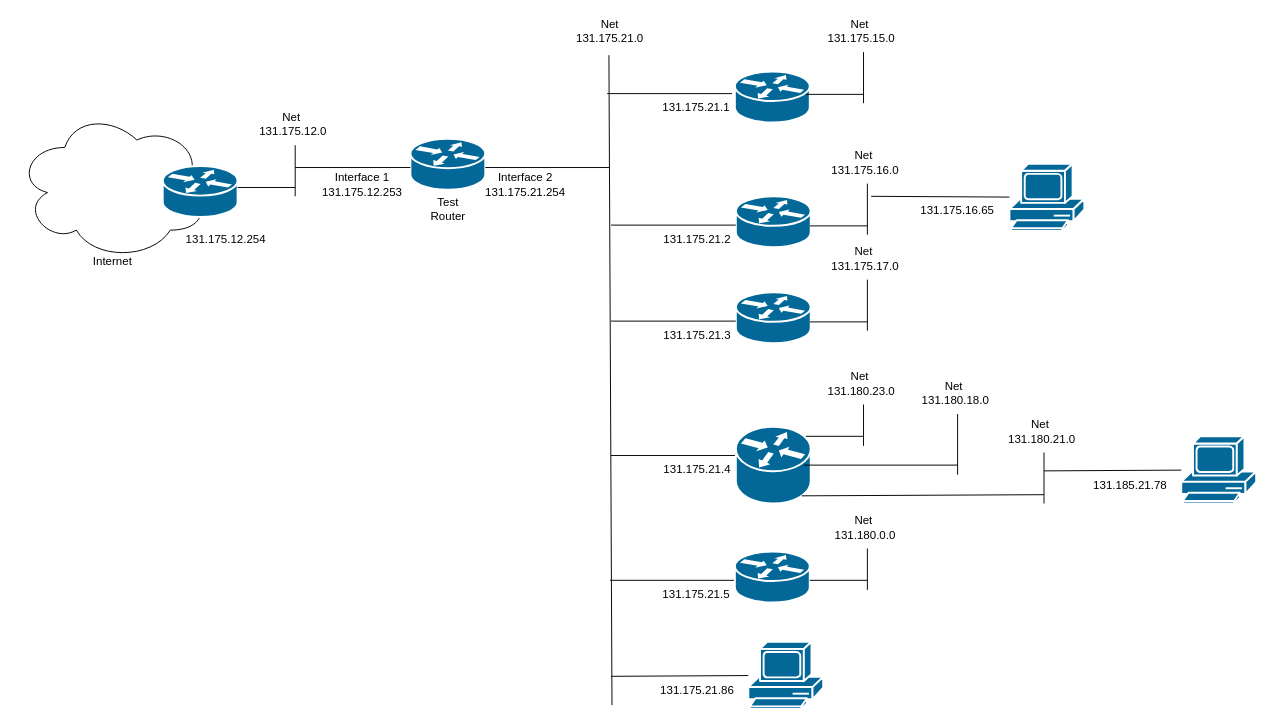
Above: sessions/session9/docs/images/routing2.drawio in gallenc/COM304_FOUNDATION_1 (draw.io), before the change. Source tidied: cells renumbered, new cells numbered last; positions are measured from the earlier drawing's top-left corner, leaving out a move shared by most shapes. Both pictures are drawn from the tidied source at 96%, with x=0, y=0 at pixel (16, 16).
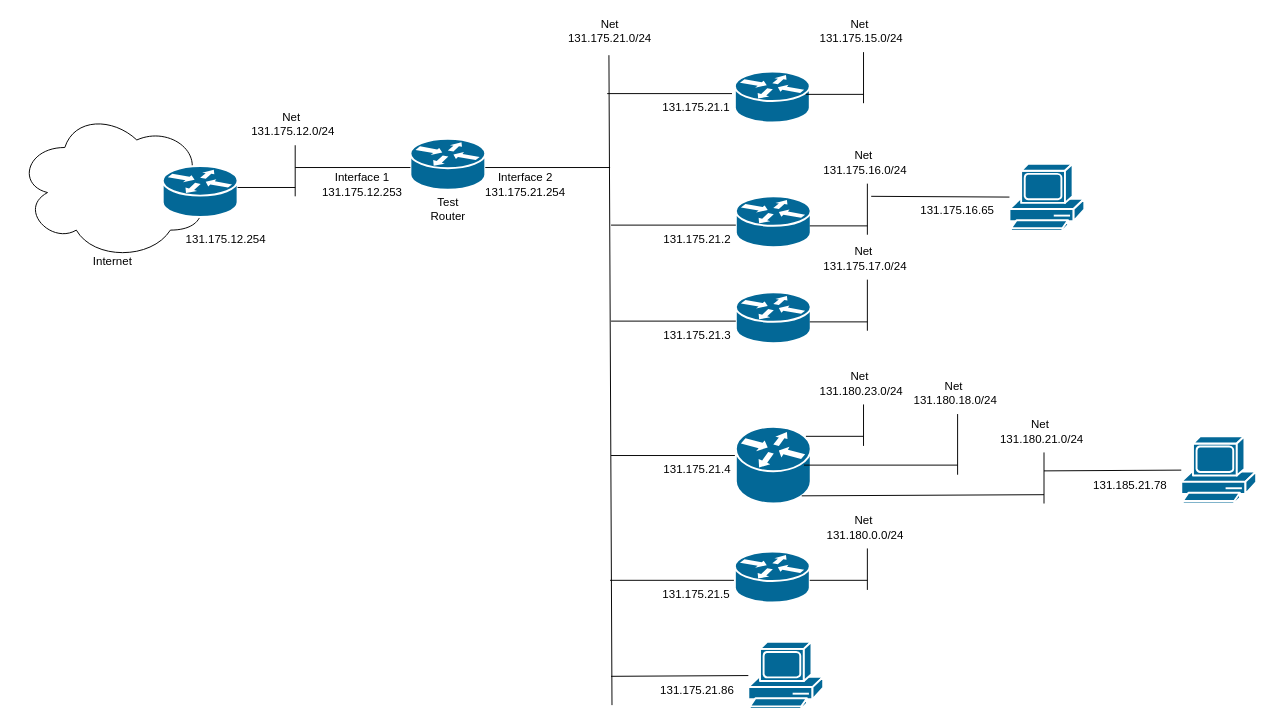
After the change.

Commit message (it also covers changes not shown here):
networking drawings

What changed in the source:
```diff
@@
-    <mxCell id="7" value="Net 131.175.21.0" style="text;html=1;align=center;verticalAlign=middle;whiteSpace=wrap;rounded=0;" parent="1" vertex="1">
+    <mxCell id="7" value="Net 131.175.21.0/24" style="text;html=1;align=center;verticalAlign=middle;whiteSpace=wrap;rounded=0;" parent="1" vertex="1">
       <mxGeometry x="588" width="60" height="30" as="geometry" />
     </mxCell>
@@
-    <mxCell id="26" value="Net&amp;nbsp;&lt;div&gt;131.175.15.0&lt;/div&gt;" style="text;html=1;align=center;verticalAlign=middle;whiteSpace=wrap;rounded=0;" parent="1" vertex="1">
+    <mxCell id="26" value="Net&amp;nbsp;&lt;div&gt;131.175.15.0/24&lt;/div&gt;" style="text;html=1;align=center;verticalAlign=middle;whiteSpace=wrap;rounded=0;" parent="1" vertex="1">
       <mxGeometry x="850" width="60" height="30" as="geometry" />
     </mxCell>
@@
-    <mxCell id="29" value="Net&amp;nbsp;&lt;div&gt;131.175.16.0&lt;/div&gt;" style="text;html=1;align=center;verticalAlign=middle;whiteSpace=wrap;rounded=0;" parent="1" vertex="1">
+    <mxCell id="29" value="Net&amp;nbsp;&lt;div&gt;131.175.16.0/24&lt;/div&gt;" style="text;html=1;align=center;verticalAlign=middle;whiteSpace=wrap;rounded=0;" parent="1" vertex="1">
       <mxGeometry x="854" y="137" width="60" height="30" as="geometry" />
     </mxCell>
@@
-    <mxCell id="32" value="Net&amp;nbsp;&lt;div&gt;131.175.17.0&lt;/div&gt;" style="text;html=1;align=center;verticalAlign=middle;whiteSpace=wrap;rounded=0;" parent="1" vertex="1">
+    <mxCell id="32" value="Net&amp;nbsp;&lt;div&gt;131.175.17.0/24&lt;/div&gt;" style="text;html=1;align=center;verticalAlign=middle;whiteSpace=wrap;rounded=0;" parent="1" vertex="1">
       <mxGeometry x="854" y="237" width="60" height="30" as="geometry" />
     </mxCell>
@@
-    <mxCell id="35" value="Net&amp;nbsp;&lt;div&gt;131.180.23.0&lt;/div&gt;" style="text;html=1;align=center;verticalAlign=middle;whiteSpace=wrap;rounded=0;" parent="1" vertex="1">
+    <mxCell id="35" value="Net&amp;nbsp;&lt;div&gt;131.180.23.0/24&lt;/div&gt;" style="text;html=1;align=center;verticalAlign=middle;whiteSpace=wrap;rounded=0;" parent="1" vertex="1">
       <mxGeometry x="850" y="367" width="60" height="30" as="geometry" />
     </mxCell>
@@
-    <mxCell id="38" value="Net&amp;nbsp;&lt;div&gt;131.180.18.0&lt;/div&gt;" style="text;html=1;align=center;verticalAlign=middle;whiteSpace=wrap;rounded=0;" parent="1" vertex="1">
+    <mxCell id="38" value="Net&amp;nbsp;&lt;div&gt;131.180.18.0/24&lt;/div&gt;" style="text;html=1;align=center;verticalAlign=middle;whiteSpace=wrap;rounded=0;" parent="1" vertex="1">
       <mxGeometry x="948" y="377" width="60" height="30" as="geometry" />
     </mxCell>
@@
-    <mxCell id="41" value="Net&amp;nbsp;&lt;div&gt;131.180.21.0&lt;/div&gt;" style="text;html=1;align=center;verticalAlign=middle;whiteSpace=wrap;rounded=0;" parent="1" vertex="1">
+    <mxCell id="41" value="Net&amp;nbsp;&lt;div&gt;131.180.21.0/24&lt;/div&gt;" style="text;html=1;align=center;verticalAlign=middle;whiteSpace=wrap;rounded=0;" parent="1" vertex="1">
       <mxGeometry x="1038" y="417" width="60" height="30" as="geometry" />
     </mxCell>
@@
-    <mxCell id="44" value="Net&amp;nbsp;&lt;div&gt;131.180.0.0&lt;/div&gt;" style="text;html=1;align=center;verticalAlign=middle;whiteSpace=wrap;rounded=0;" parent="1" vertex="1">
+    <mxCell id="44" value="Net&amp;nbsp;&lt;div&gt;131.180.0.0/24&lt;/div&gt;" style="text;html=1;align=center;verticalAlign=middle;whiteSpace=wrap;rounded=0;" parent="1" vertex="1">
       <mxGeometry x="854" y="517" width="60" height="30" as="geometry" />
     </mxCell>
@@
-    <mxCell id="58" value="Net&amp;nbsp;&lt;div&gt;131.175.12.0&lt;/div&gt;" style="text;html=1;align=center;verticalAlign=middle;whiteSpace=wrap;rounded=0;" parent="1" vertex="1">
+    <mxCell id="58" value="Net&amp;nbsp;&lt;div&gt;131.175.12.0/24&lt;/div&gt;" style="text;html=1;align=center;verticalAlign=middle;whiteSpace=wrap;rounded=0;" parent="1" vertex="1">
       <mxGeometry x="258" y="97" width="60" height="30" as="geometry" />
     </mxCell>
```
